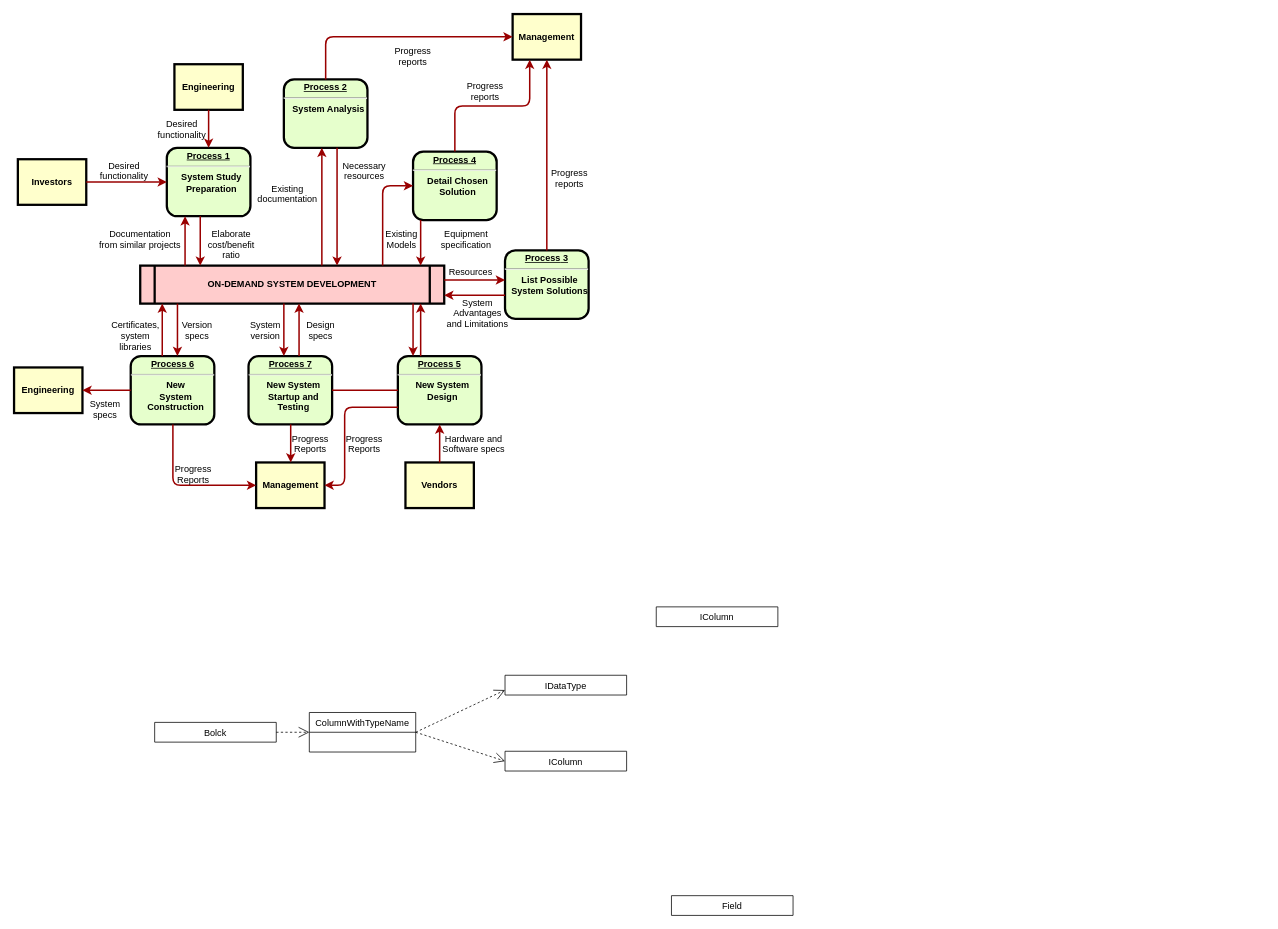
This is clickhouse.drawio from cicelprg/drawio, a draw.io file, before an edit. Source tidied: cells renumbered, new cells numbered last; positions are measured from the earlier drawing's top-left corner, leaving out a move shared by most shapes. Both pictures are drawn from the tidied source at 76%, with x=0, y=0 at pixel (14, 14).
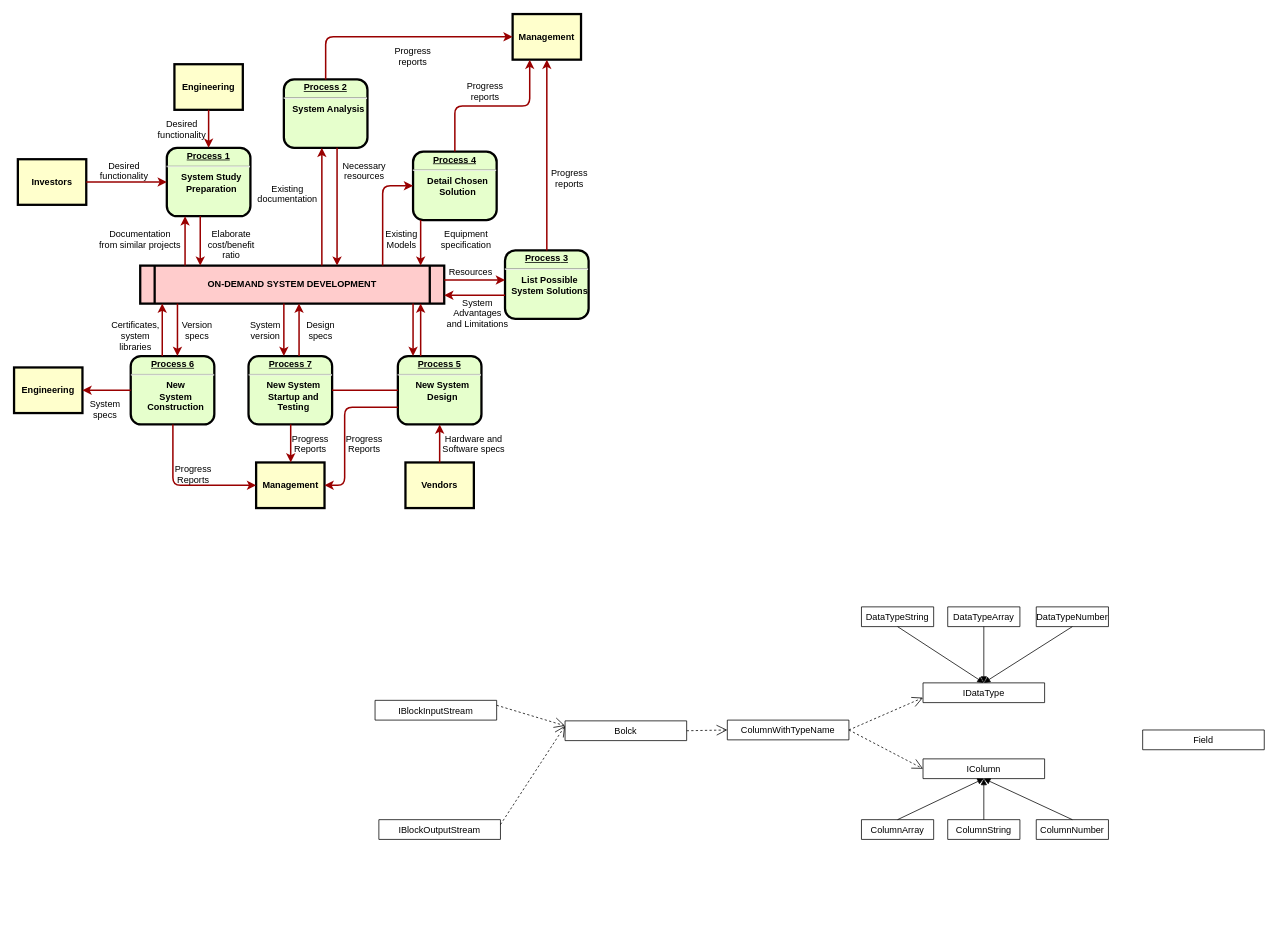
The same page after the edit.

Change to the diagram source:
```diff
@@
-    <mxCell id="63" value="ColumnWithTypeName" style="swimlane;fontStyle=0;horizontal=1;startSize=26;fillColor=none;" parent="1" vertex="1">
-      <mxGeometry x="388.5" y="919" width="140" height="52" as="geometry" />
+    <mxCell id="63" value="ColumnWithTypeName" style="swimlane;fontStyle=0;horizontal=1;startSize=26;fillColor=none;" parent="1" vertex="1" collapsed="1">
+      <mxGeometry x="938.5" y="929" width="160" height="26" as="geometry" />
     </mxCell>
     <mxCell id="64" value="Bolck" style="swimlane;fontStyle=0;horizontal=1;startSize=26;fillColor=none;" parent="1" vertex="1" collapsed="1">
-      <mxGeometry x="185" y="932" width="160" height="26" as="geometry" />
+      <mxGeometry x="725" y="930" width="160" height="26" as="geometry" />
     </mxCell>
     <mxCell id="65" value="IDataType" style="swimlane;fontStyle=0;horizontal=1;startSize=26;fillColor=none;" parent="1" vertex="1" collapsed="1">
-      <mxGeometry x="646" y="870" width="160" height="26" as="geometry" />
+      <mxGeometry x="1196" y="880" width="160" height="26" as="geometry" />
     </mxCell>
     <mxCell id="66" value="IColumn" style="swimlane;fontStyle=0;horizontal=1;startSize=26;fillColor=none;" parent="1" vertex="1" collapsed="1">
-      <mxGeometry x="646" y="970" width="160" height="26" as="geometry" />
+      <mxGeometry x="1196" y="980" width="160" height="26" as="geometry" />
     </mxCell>
-    <mxCell id="67" value="IColumn" style="swimlane;fontStyle=0;horizontal=1;startSize=26;fillColor=none;" parent="1" vertex="1" collapsed="1">
-      <mxGeometry x="845" y="780" width="160" height="26" as="geometry" />
+    <mxCell id="67" value="ColumnArray" style="swimlane;fontStyle=0;horizontal=1;startSize=26;fillColor=none;" parent="1" vertex="1" collapsed="1">
+      <mxGeometry x="1115" y="1060" width="95" height="26" as="geometry" />
     </mxCell>
     <mxCell id="68" value="Field" style="swimlane;fontStyle=0;horizontal=1;startSize=26;fillColor=none;" parent="1" vertex="1" collapsed="1">
-      <mxGeometry x="865" y="1160" width="160" height="26" as="geometry" />
+      <mxGeometry x="1485" y="942" width="160" height="26" as="geometry" />
     </mxCell>
@@
+    <mxCell id="72" value="ColumnString" style="swimlane;fontStyle=0;horizontal=1;startSize=26;fillColor=none;" parent="1" vertex="1" collapsed="1">
+      <mxGeometry x="1228.5" y="1060" width="95" height="26" as="geometry" />
+    </mxCell>
+    <mxCell id="73" value="ColumnNumber" style="swimlane;fontStyle=0;horizontal=1;startSize=26;fillColor=none;" parent="1" vertex="1" collapsed="1">
+      <mxGeometry x="1345" y="1060" width="95" height="26" as="geometry" />
+    </mxCell>
+    <mxCell id="74" style="html=1;verticalAlign=bottom;endArrow=block;entryX=0.5;entryY=1;entryDx=0;entryDy=0;exitX=0.5;exitY=0;exitDx=0;exitDy=0;" parent="1" edge="1" source="67" target="66">
+      <mxGeometry relative="1" as="geometry" />
+    </mxCell>
+    <mxCell id="75" style="html=1;verticalAlign=bottom;endArrow=block;entryX=0.5;entryY=1;entryDx=0;entryDy=0;exitX=0.5;exitY=0;exitDx=0;exitDy=0;" parent="1" edge="1" source="72" target="66">
+      <mxGeometry relative="1" as="geometry" />
+    </mxCell>
+    <mxCell id="76" style="html=1;verticalAlign=bottom;endArrow=block;entryX=0.5;entryY=1;entryDx=0;entryDy=0;exitX=0.5;exitY=0;exitDx=0;exitDy=0;" parent="1" edge="1" source="73" target="66">
+      <mxGeometry relative="1" as="geometry" />
+    </mxCell>
+    <mxCell id="77" value="DataTypeString" style="swimlane;fontStyle=0;horizontal=1;startSize=26;fillColor=none;" parent="1" vertex="1" collapsed="1">
+      <mxGeometry x="1115" y="780" width="95" height="26" as="geometry" />
+    </mxCell>
+    <mxCell id="78" value="DataTypeArray" style="swimlane;fontStyle=0;horizontal=1;startSize=26;fillColor=none;" parent="1" vertex="1" collapsed="1">
+      <mxGeometry x="1228.5" y="780" width="95" height="26" as="geometry" />
+    </mxCell>
+    <mxCell id="79" value="DataTypeNumber" style="swimlane;fontStyle=0;horizontal=1;startSize=26;fillColor=none;" parent="1" vertex="1" collapsed="1">
+      <mxGeometry x="1345" y="780" width="95" height="26" as="geometry" />
+    </mxCell>
+    <mxCell id="80" style="html=1;verticalAlign=bottom;endArrow=block;exitX=0.5;exitY=1;exitDx=0;exitDy=0;" parent="1" edge="1" source="78" target="65">
+      <mxGeometry relative="1" as="geometry" />
+    </mxCell>
+    <mxCell id="81" style="html=1;verticalAlign=bottom;endArrow=block;exitX=0.5;exitY=1;exitDx=0;exitDy=0;entryX=0.5;entryY=0;entryDx=0;entryDy=0;" parent="1" edge="1" source="79" target="65">
+      <mxGeometry relative="1" as="geometry" />
+    </mxCell>
+    <mxCell id="82" style="html=1;verticalAlign=bottom;endArrow=block;exitX=0.5;exitY=1;exitDx=0;exitDy=0;entryX=0.5;entryY=0;entryDx=0;entryDy=0;" parent="1" edge="1" source="77" target="65">
+      <mxGeometry relative="1" as="geometry" />
+    </mxCell>
+    <mxCell id="83" value="IBlockInputStream" style="swimlane;fontStyle=0;horizontal=1;startSize=26;fillColor=none;" parent="1" vertex="1" collapsed="1">
+      <mxGeometry x="475" y="903" width="160" height="26" as="geometry" />
+    </mxCell>
+    <mxCell id="84" value="IBlockOutputStream" style="swimlane;fontStyle=0;horizontal=1;startSize=26;fillColor=none;" parent="1" vertex="1" collapsed="1">
+      <mxGeometry x="480" y="1060" width="160" height="26" as="geometry" />
+    </mxCell>
+    <mxCell id="85" style="endArrow=open;endSize=12;dashed=1;html=1;exitX=1;exitY=0.25;exitDx=0;exitDy=0;entryX=0;entryY=0.25;entryDx=0;entryDy=0;" parent="1" edge="1" source="83" target="64">
+      <mxGeometry relative="1" as="geometry" />
+    </mxCell>
+    <mxCell id="86" style="endArrow=open;endSize=12;dashed=1;html=1;exitX=1;exitY=0.25;exitDx=0;exitDy=0;entryX=0;entryY=0.25;entryDx=0;entryDy=0;" parent="1" edge="1" source="84" target="64">
+      <mxGeometry relative="1" as="geometry" />
+    </mxCell>
```
